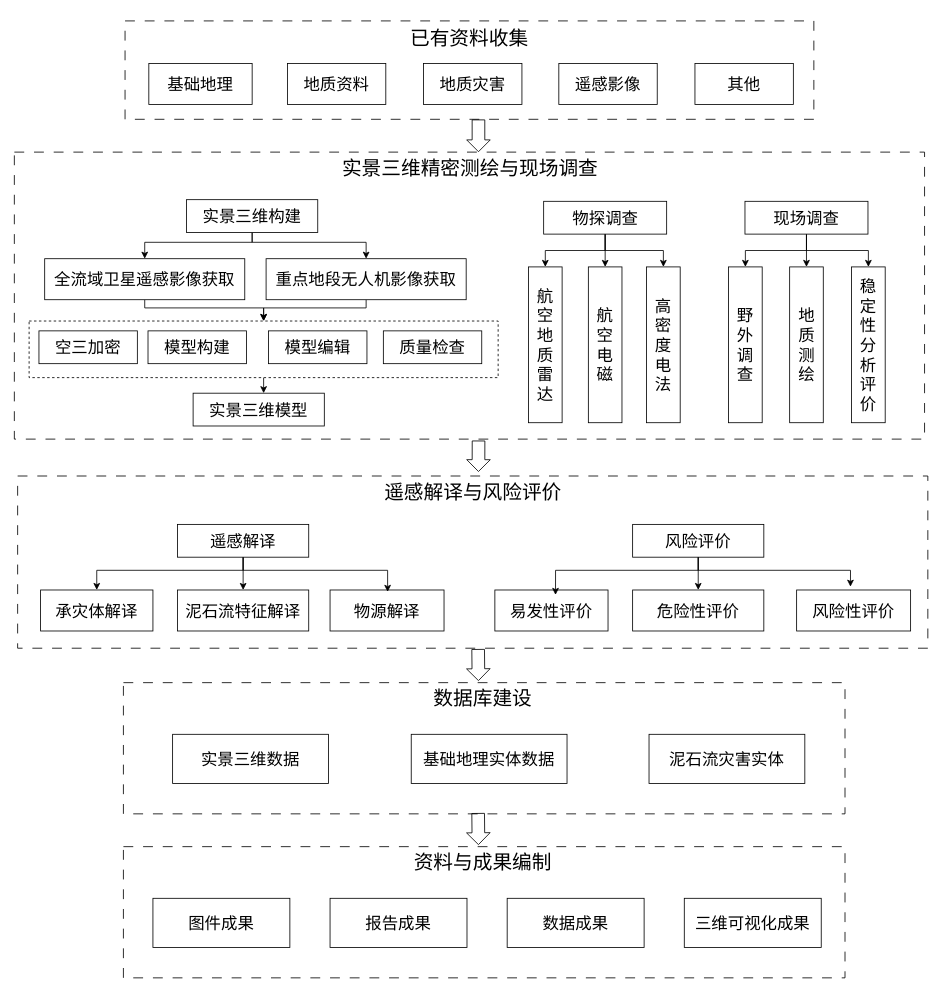
Before: 四川省泥石流实景三维测绘与调查评价技术指南.drawio in Katherinelove/LCT, a draw.io diagram. Source tidied: cells renumbered, new cells numbered last; positions are measured from the earlier drawing's top-left corner, leaving out a move shared by most shapes. Both pictures are drawn from the tidied source at 82%, with x=0, y=0 at pixel (14, 14).
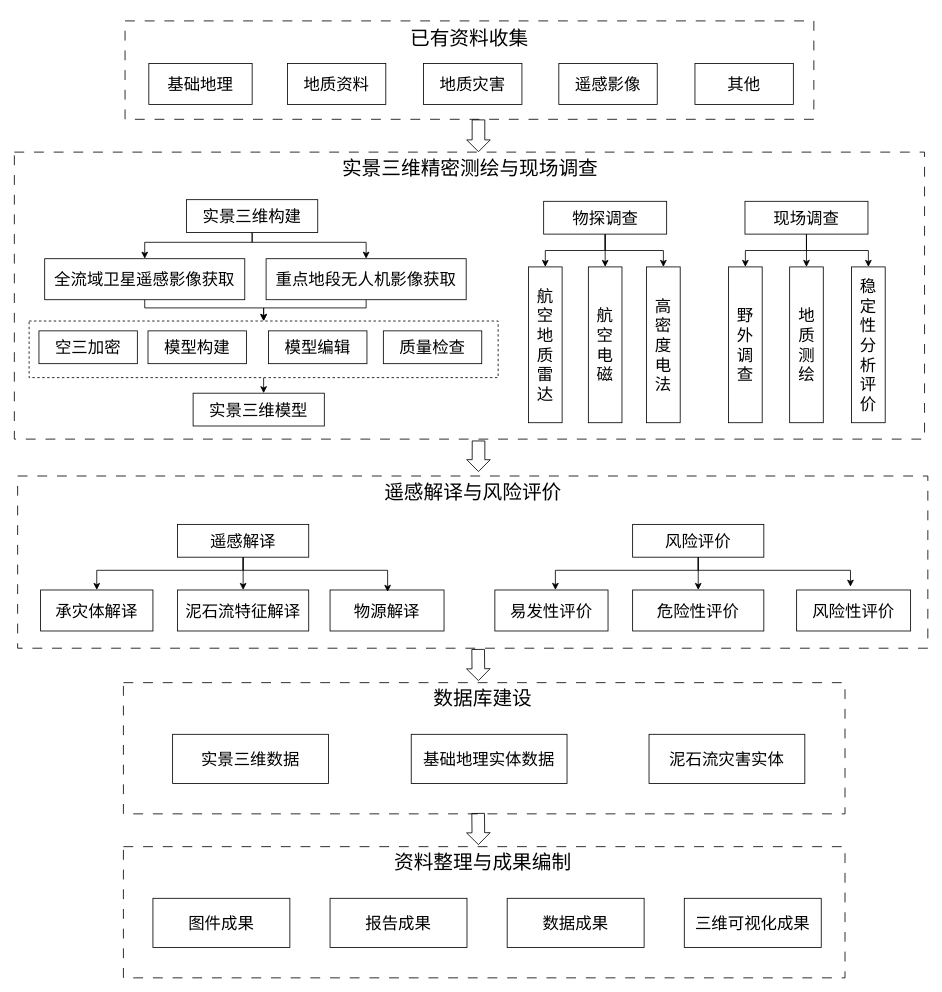
The same page after the edit.

Commit message:
更新四川省泥石流实景三维测绘与调查评价技术指南.drawio

The change refers to these unchanged cells:
```xml
<mxCell id="43" value="&lt;span style=&quot;font-size: 20px;&quot;&gt;易发性评价&lt;/span&gt;" style="rounded=0;whiteSpace=wrap;html=1;" parent="1" vertex="1">
  <mxGeometry x="586" y="702" width="138" height="50" as="geometry" />
</mxCell>
<mxCell id="47" value="&lt;span style=&quot;font-size: 20px;&quot;&gt;风险评价&lt;/span&gt;" style="rounded=0;whiteSpace=wrap;html=1;" parent="1" vertex="1">
  <mxGeometry x="754" y="622" width="160" height="40" as="geometry" />
</mxCell>
```

What changed in the source:
```diff
@@
-    <mxCell id="53" value="&lt;font style=&quot;font-size: 24px;&quot;&gt;资料与成果编制&lt;/font&gt;" style="rounded=0;whiteSpace=wrap;html=1;opacity=0;" parent="1" vertex="1">
+    <mxCell id="53" value="&lt;font style=&quot;font-size: 24px;&quot;&gt;资料整理与成果编制&lt;/font&gt;" style="rounded=0;whiteSpace=wrap;html=1;opacity=0;" parent="1" vertex="1">
       <mxGeometry x="435" y="1005" width="273" height="60" as="geometry" />
     </mxCell>
@@
-    <mxCell id="69" style="edgeStyle=orthogonalEdgeStyle;rounded=0;jettySize=auto;html=1;entryX=0.536;entryY=0.12;entryDx=0;entryDy=0;entryPerimeter=0;" parent="1" edge="1" source="47" target="43">
+    <mxCell id="69" style="edgeStyle=orthogonalEdgeStyle;rounded=0;jettySize=auto;html=1;entryX=0.535;entryY=-0.002;entryDx=0;entryDy=0;entryPerimeter=0;" parent="1" edge="1" source="47" target="43">
       <mxGeometry relative="1" as="geometry">
         <Array as="points">
           <mxPoint x="834" y="678" />
           <mxPoint x="660" y="678" />
         </Array>
       </mxGeometry>
     </mxCell>
```
